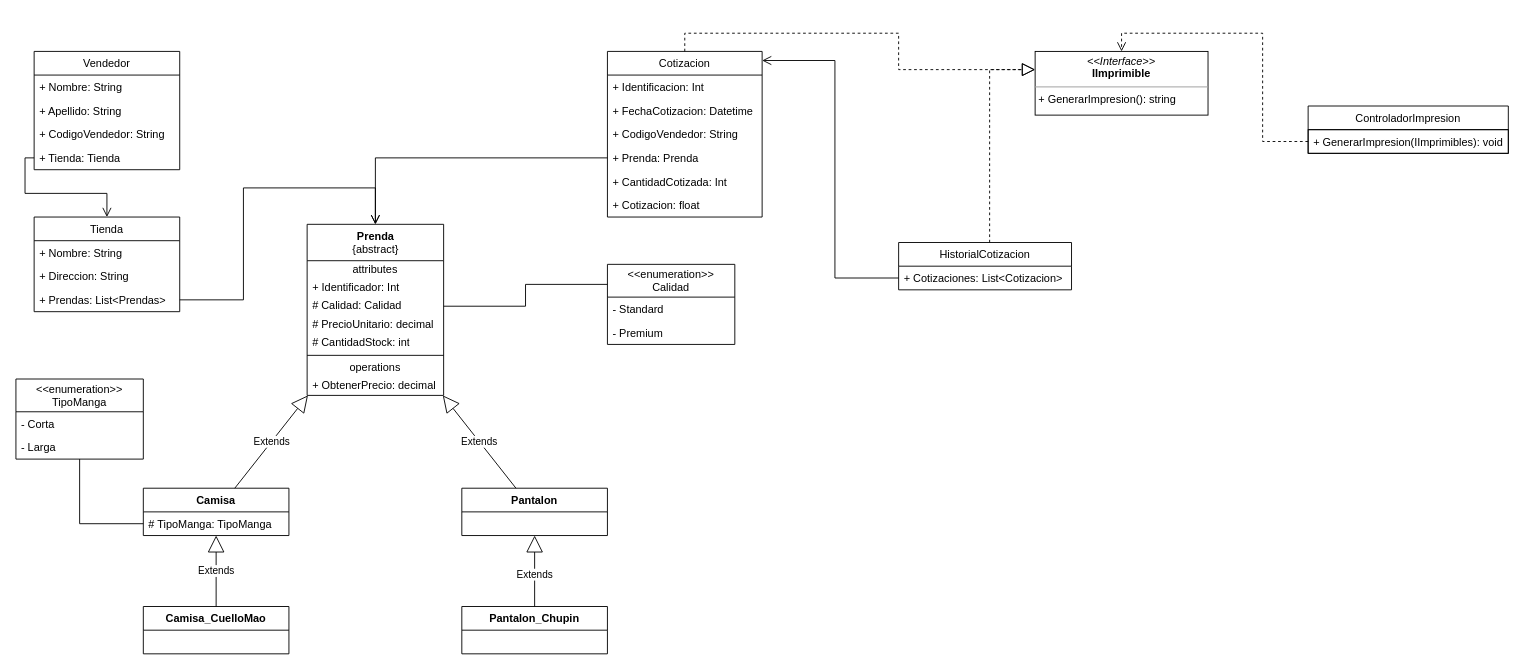
Before: Diagrama UML.drawio in Kazte/ventas-app, a draw.io diagram. Source tidied: cells renumbered, new cells numbered last; positions are measured from the earlier drawing's top-left corner, leaving out a move shared by most shapes. Both pictures are drawn from the tidied source at 91%, with x=0, y=0 at pixel (15, 33).
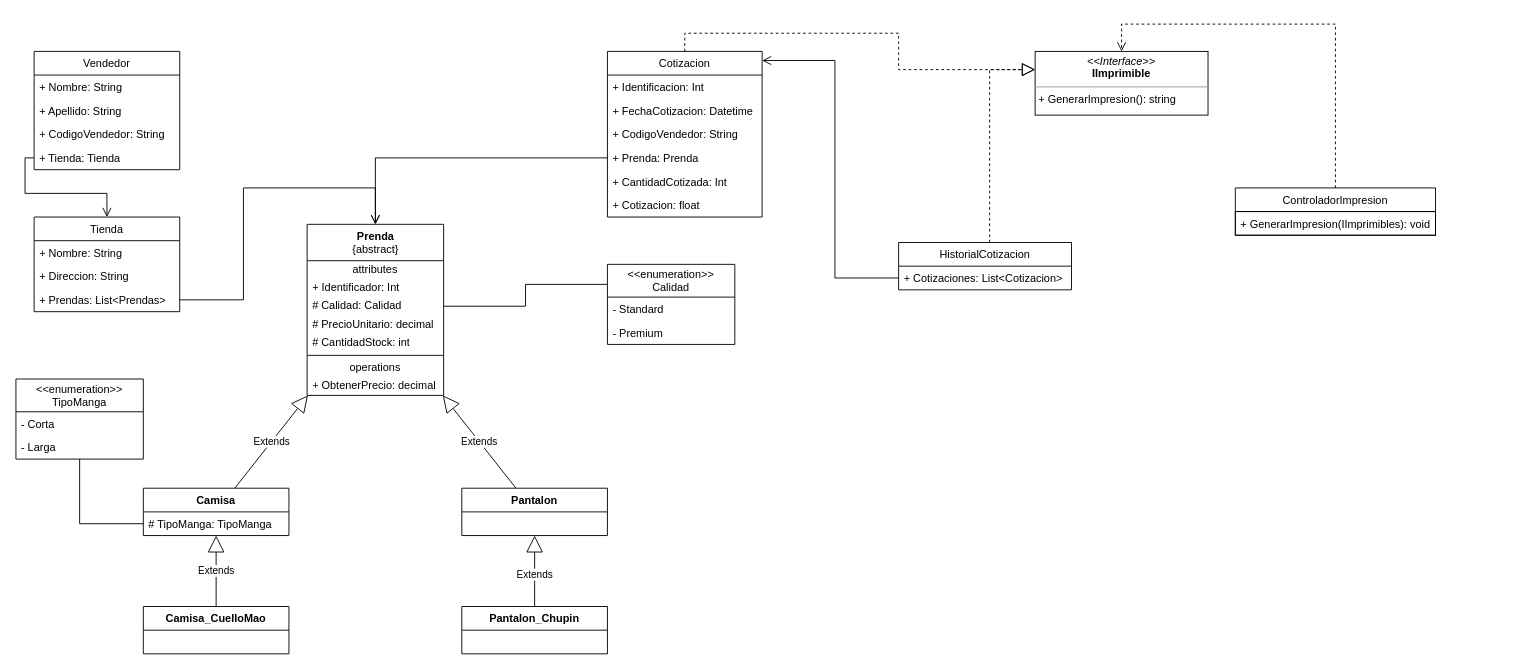
The same diagram, later.

The change refers to these unchanged cells:
```xml
<mxCell id="40" value="&lt;p style=&quot;margin:0px;margin-top:4px;text-align:center;&quot;&gt;&lt;i&gt;&amp;lt;&amp;lt;Interface&amp;gt;&amp;gt;&lt;/i&gt;&lt;br&gt;&lt;b&gt;IImprimible&lt;/b&gt;&lt;/p&gt;&lt;hr size=&quot;1&quot;&gt;&lt;p style=&quot;margin:0px;margin-left:4px;&quot;&gt;+ GenerarImpresion(): string&lt;/p&gt;" style="verticalAlign=top;align=left;overflow=fill;fontSize=12;fontFamily=Helvetica;html=1;" parent="1" vertex="1">
  <mxGeometry x="1120" y="20" width="190" height="70" as="geometry" />
</mxCell>
```

Change to the diagram source:
```diff
@@
     <mxCell id="43" value="ControladorImpresion" style="swimlane;fontStyle=0;horizontal=1;startSize=26;fillColor=none;" parent="1" vertex="1">
-      <mxGeometry x="1420" y="80" width="220" height="52" as="geometry" />
+      <mxGeometry x="1340" y="170" width="220" height="52" as="geometry" />
     </mxCell>
@@
-    <mxCell id="55" style="endArrow=open;startArrow=none;endFill=0;startFill=0;endSize=8;html=1;verticalAlign=bottom;labelBackgroundColor=none;strokeWidth=1;rounded=0;edgeStyle=orthogonalEdgeStyle;dashed=1;" parent="1" edge="1" target="40">
+    <mxCell id="55" style="endArrow=open;startArrow=none;endFill=0;startFill=0;endSize=8;html=1;verticalAlign=bottom;labelBackgroundColor=none;strokeWidth=1;rounded=0;edgeStyle=orthogonalEdgeStyle;dashed=1;" parent="1" edge="1" source="43" target="40">
       <mxGeometry relative="1" as="geometry">
-        <mxPoint x="1420" y="119" as="sourcePoint" />
         <Array as="points">
-          <mxPoint x="1370" y="119" />
-          <mxPoint x="1370" />
-          <mxPoint x="1215" />
+          <mxPoint x="1450" y="-10" />
+          <mxPoint x="1215" y="-10" />
         </Array>
       </mxGeometry>
     </mxCell>
```
